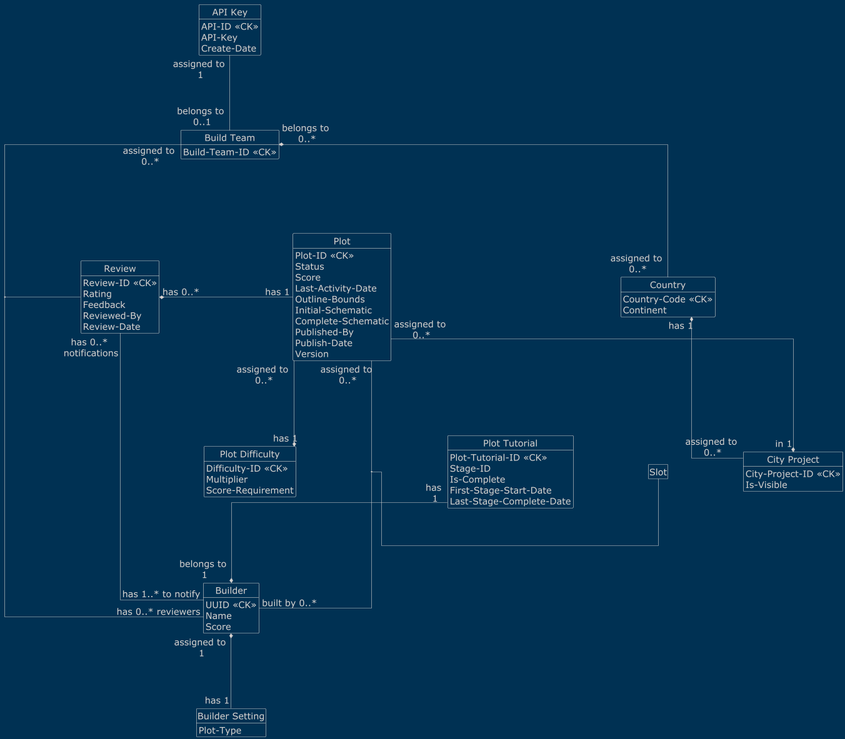
AlpsBTE/Plot-System-DB keeps this PlantUML diagram as conceptual-db.png. Above is the earlier version.
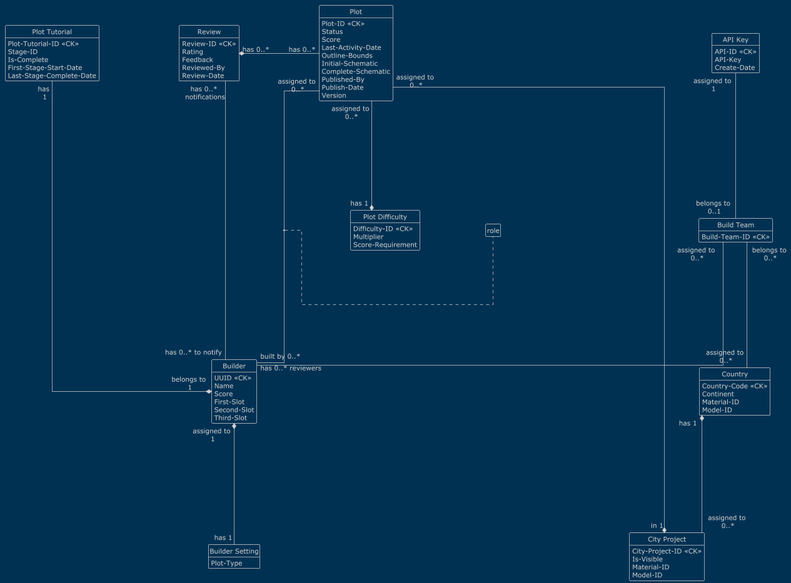
The same file after the commit.

Commit message:
add logical db model

What changed in the source:
```diff
@@ -1,7 +1,7 @@
 @startuml
-skinparam nodesep 200
-skinparam ranksep 200
-skinparam defaultFontSize 24
+skinparam nodesep 150
+skinparam ranksep 250
+skinparam defaultFontSize 15
 
 skinparam linetype ortho
 
@@ -22,17 +22,24 @@
 entity "Country" as country {
     Country-Code <<CK>>
     Continent
+    Material-ID
+    Model-ID
 }
 
 entity "City Project" as city_project {
     City-Project-ID <<CK>>
     Is-Visible
+    Material-ID
+    Model-ID
 }
 
 entity "Builder" as builder {
     UUID <<CK>>
     Name
     Score
+    First-Slot
+    Second-Slot
+    Third-Slot
 }
 
 entity "Builder Setting" as builder_setting {
@@ -76,21 +83,20 @@
 
 api_key "assigned to \n1" -- "belongs to \n0..1" build_team
 
-build_team "belongs to \n0..*" *-- "assigned to \n0..*" country
+build_team "belongs to \n0..*" -- "assigned to \n0..*" country
 build_team "assigned to \n0..*" -- "has 0..* reviewers" builder
-review "has 0..*\n notifications" -- "has 1..* to notify" builder
-review "has 0..*" *- "has 1" plot
-(build_team, builder) - review
+review "has 0..*\n notifications" -- "has 0..* to notify" builder
+review "has 0..*" *- "has 0..*" plot
 
 country "has 1" *-- "assigned to \n0..*" city_project
 
 builder "assigned to \n1" *-- "has 1" builder_setting
 
 plot "assigned to\n 0..*" -- "built by 0..*" builder
-(builder, plot) -- "Slot"
+(plot, builder) . role
 
 plot "assigned to \n0..*" --* "in 1" city_project
 plot "assigned to \n0..*" --* "has 1" plot_difficulty
 
-plot_tutorial "has \n1" --* "belongs to \n1" builder
+plot_tutorial "has \n1" ---* "belongs to \n1" builder
 @enduml
```
